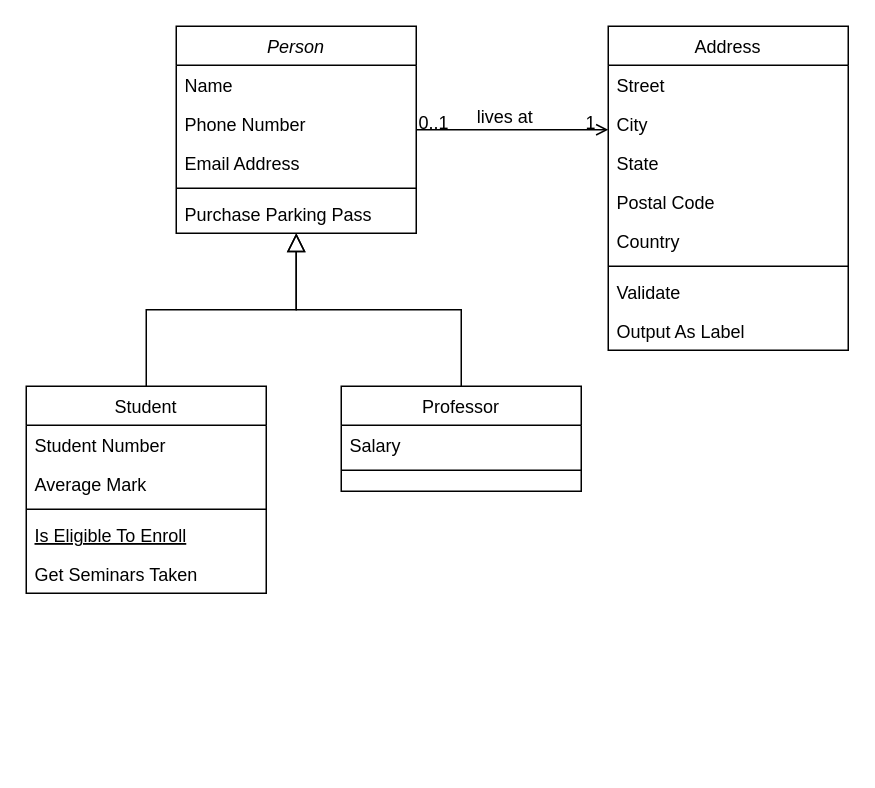
DeveloperH/blog keeps this draw.io diagram as 未命名绘图.drawio. Above is the earlier version. Source tidied: cells renumbered, new cells numbered last; positions are measured from the earlier drawing's top-left corner, leaving out a move shared by most shapes. Both pictures are drawn from the tidied source at 150%, with x=0, y=0 at pixel (26, 26).
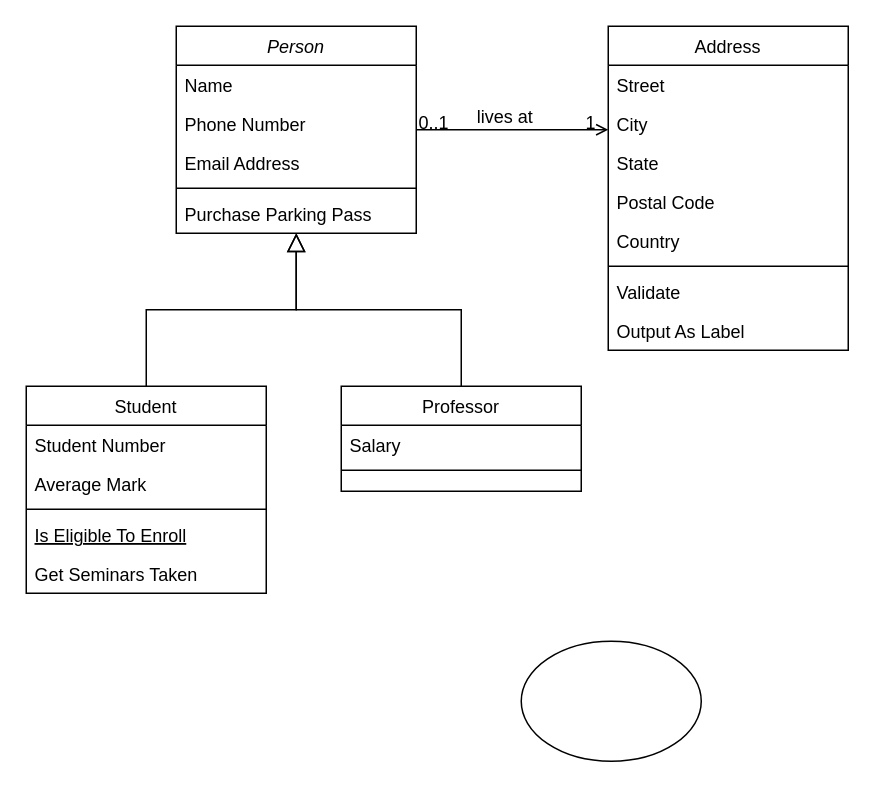
The same page after the edit.

Commit message:
更新未命名绘图.drawio

Diff of the diagram source:
```diff
@@
+    <mxCell id="32" style="ellipse;whiteSpace=wrap;html=1;" parent="1" vertex="1">
+      <mxGeometry x="330" y="410" width="120" height="80" as="geometry" />
+    </mxCell>
```
